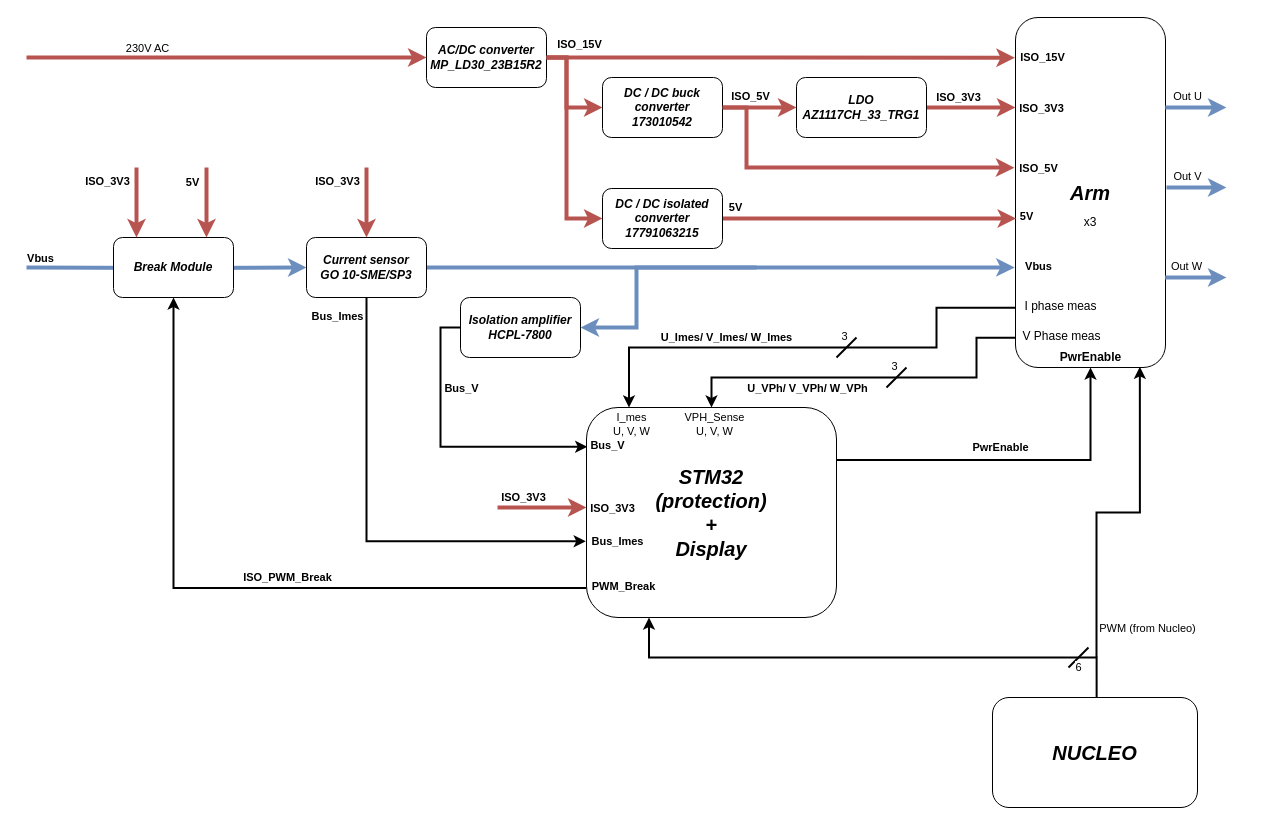
Earlier version of the draw.io diagram page "Global" (1 of 5) of Documentation/synopsis/AAP_Inverter.drawio (DBXYD/AAP_ENSEA_Inverter). Source tidied: cells renumbered, new cells numbered last; positions are measured from the earlier drawing's top-left corner, leaving out a move shared by most shapes. Both pictures are drawn from the tidied source at 100%, with x=0, y=0 at pixel (26, 17).
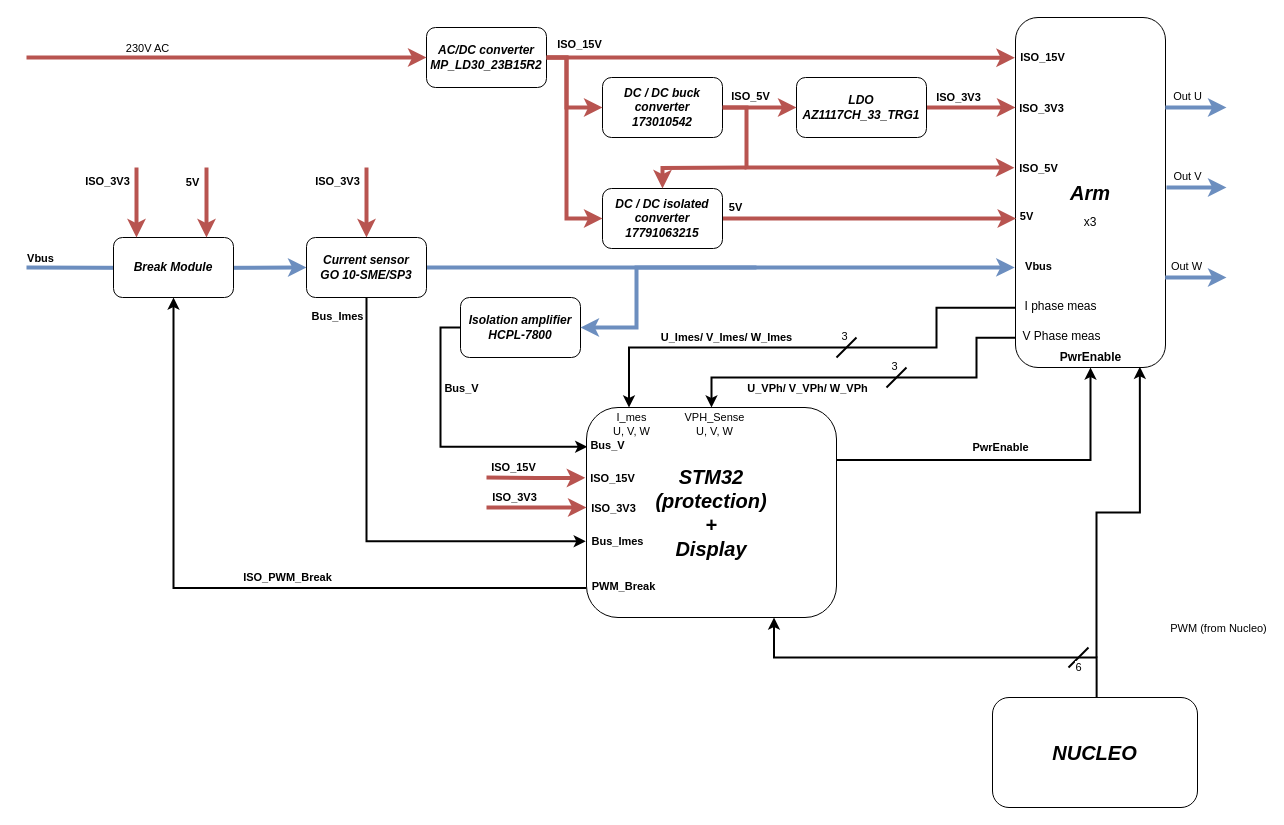
The same diagram, later.

The change refers to these unchanged cells:
```xml
<mxCell id="39" value="&lt;div&gt;DC / DC isolated converter&lt;/div&gt;&lt;div&gt;17791063215&lt;br&gt;&lt;/div&gt;" style="rounded=1;whiteSpace=wrap;html=1;fontStyle=3;" parent="1" vertex="1">
  <mxGeometry x="576" y="171" width="120" height="60" as="geometry" />
</mxCell>
<mxCell id="45" value="&lt;div&gt;&lt;i&gt;&lt;font style=&quot;font-size: 20px;&quot;&gt;&lt;b&gt;STM32&lt;/b&gt;&lt;/font&gt;&lt;/i&gt;&lt;/div&gt;&lt;div&gt;&lt;i&gt;&lt;font style=&quot;font-size: 20px;&quot;&gt;&lt;b&gt;(protection)&lt;/b&gt;&lt;/font&gt;&lt;/i&gt;&lt;/div&gt;&lt;div&gt;&lt;i&gt;&lt;font style=&quot;font-size: 20px;&quot;&gt;&lt;b&gt;+&lt;/b&gt;&lt;/font&gt;&lt;/i&gt;&lt;/div&gt;&lt;div&gt;&lt;i&gt;&lt;font style=&quot;font-size: 20px;&quot;&gt;&lt;b&gt;Display&lt;br&gt;&lt;/b&gt;&lt;/font&gt;&lt;/i&gt;&lt;/div&gt;" style="rounded=1;whiteSpace=wrap;html=1;" parent="1" vertex="1">
  <mxGeometry x="560" y="390" width="250" height="210" as="geometry" />
</mxCell>
<mxCell id="77" value="&lt;font style=&quot;font-size: 20px;&quot;&gt;&lt;i&gt;&lt;b&gt;NUCLEO&lt;/b&gt;&lt;/i&gt;&lt;/font&gt;" style="rounded=1;whiteSpace=wrap;html=1;" parent="1" vertex="1">
  <mxGeometry x="966" y="680" width="205" height="110" as="geometry" />
</mxCell>
```

The edit, as a diff of the source:
```diff
@@
     <mxCell id="55" style="edgeStyle=orthogonalEdgeStyle;rounded=0;orthogonalLoop=1;jettySize=auto;html=1;strokeWidth=4;fillColor=#f8cecc;strokeColor=#b85450;" parent="1" edge="1">
       <mxGeometry relative="1" as="geometry">
-        <mxPoint x="471" y="490" as="sourcePoint" />
+        <mxPoint x="460" y="490" as="sourcePoint" />
         <mxPoint x="560" y="490" as="targetPoint" />
         <Array as="points">
           <mxPoint x="560" y="490" />
         </Array>
       </mxGeometry>
     </mxCell>
     <mxCell id="56" value="ISO_3V3" style="edgeLabel;html=1;align=center;verticalAlign=middle;fontStyle=1;" parent="55" vertex="1">
       <mxGeometry x="0.28" y="1" relative="1" as="geometry">
-        <mxPoint x="57" y="1" as="offset" />
+        <mxPoint x="62" y="1" as="offset" />
       </mxGeometry>
     </mxCell>
@@
-    <mxCell id="66" style="endArrow=classic;html=1;rounded=0;entryX=0.25;entryY=1;entryDx=0;entryDy=0;edgeStyle=orthogonalEdgeStyle;strokeWidth=2;exitX=0.508;exitY=0.009;exitDx=0;exitDy=0;exitPerimeter=0;" parent="1" edge="1" source="77" target="45">
-      <mxGeometry relative="1" as="geometry" />
+    <mxCell id="66" style="endArrow=classic;html=1;rounded=0;entryX=0.75;entryY=1;entryDx=0;entryDy=0;edgeStyle=orthogonalEdgeStyle;strokeWidth=2;exitX=0.508;exitY=0.009;exitDx=0;exitDy=0;exitPerimeter=0;" parent="1" edge="1" source="77" target="45">
+      <mxGeometry relative="1" as="geometry">
+        <Array as="points">
+          <mxPoint x="1070" y="640" />
+          <mxPoint x="747" y="640" />
+          <mxPoint x="747" y="600" />
+        </Array>
+      </mxGeometry>
     </mxCell>
@@
+    <mxCell id="79" style="endArrow=classic;html=1;rounded=0;edgeStyle=orthogonalEdgeStyle;entryX=0.5;entryY=0;entryDx=0;entryDy=0;fillColor=#f8cecc;strokeColor=#b85450;strokeWidth=4;" parent="1" edge="1" target="39">
+      <mxGeometry relative="1" as="geometry">
+        <mxPoint x="720" y="150" as="sourcePoint" />
+      </mxGeometry>
+    </mxCell>
+    <mxCell id="80" style="edgeStyle=orthogonalEdgeStyle;rounded=0;jettySize=auto;html=1;strokeWidth=4;fillColor=#f8cecc;strokeColor=#b85450;entryX=-0.005;entryY=0.335;entryDx=0;entryDy=0;entryPerimeter=0;" parent="1" edge="1" target="45">
+      <mxGeometry relative="1" as="geometry">
+        <mxPoint x="460" y="460" as="sourcePoint" />
+      </mxGeometry>
+    </mxCell>
+    <mxCell id="81" value="ISO_15V" style="edgeLabel;html=1;align=center;verticalAlign=middle;fontStyle=1;" parent="80" vertex="1">
+      <mxGeometry x="0.28" y="1" relative="1" as="geometry">
+        <mxPoint x="63" y="1" as="offset" />
+      </mxGeometry>
+    </mxCell>
+    <mxCell id="82" value="ISO_15V" style="edgeLabel;html=1;align=center;verticalAlign=middle;fontStyle=1;" parent="80" vertex="1">
+      <mxGeometry x="-0.68" relative="1" as="geometry">
+        <mxPoint x="11" y="-11" as="offset" />
+      </mxGeometry>
+    </mxCell>
```
